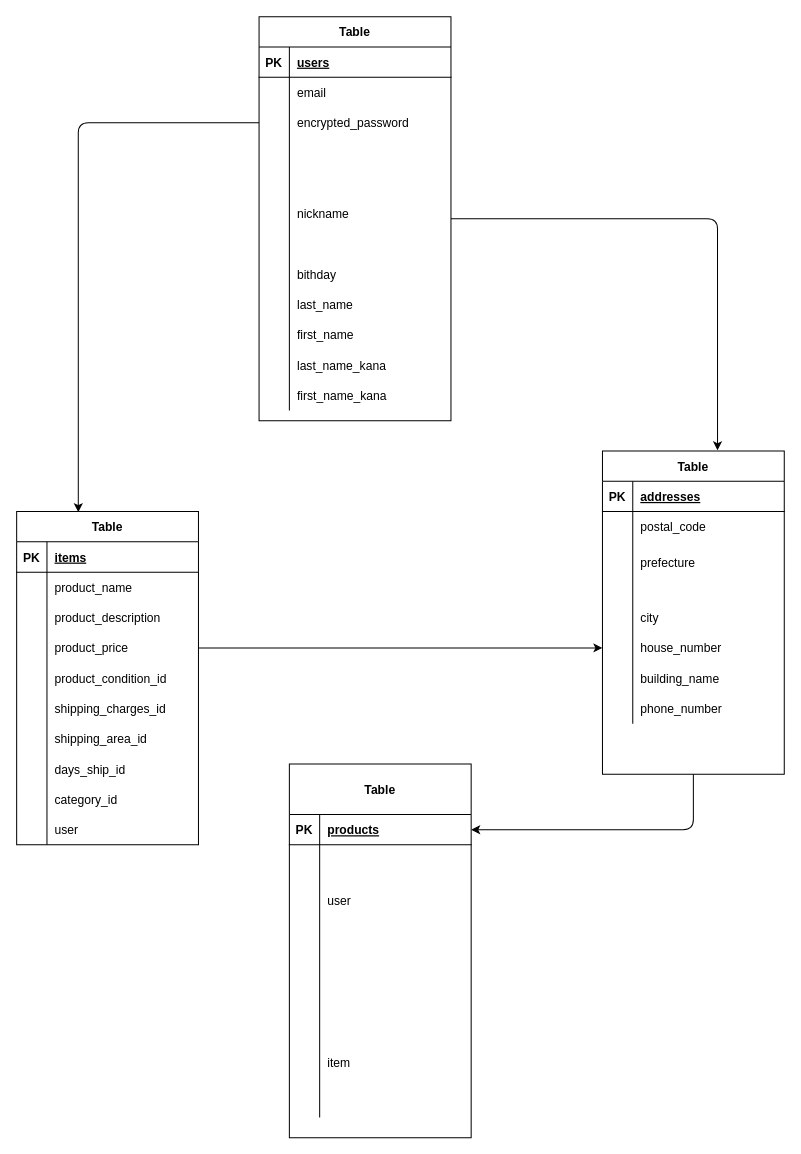
Earlier version of the draw.io diagram furima-35007.dio (Tatsuki5179/furima-35007). Source tidied: cells renumbered, new cells numbered last; positions are measured from the earlier drawing's top-left corner, leaving out a move shared by most shapes. Both pictures are drawn from the tidied source at 101%, with x=0, y=0 at pixel (16, 16).
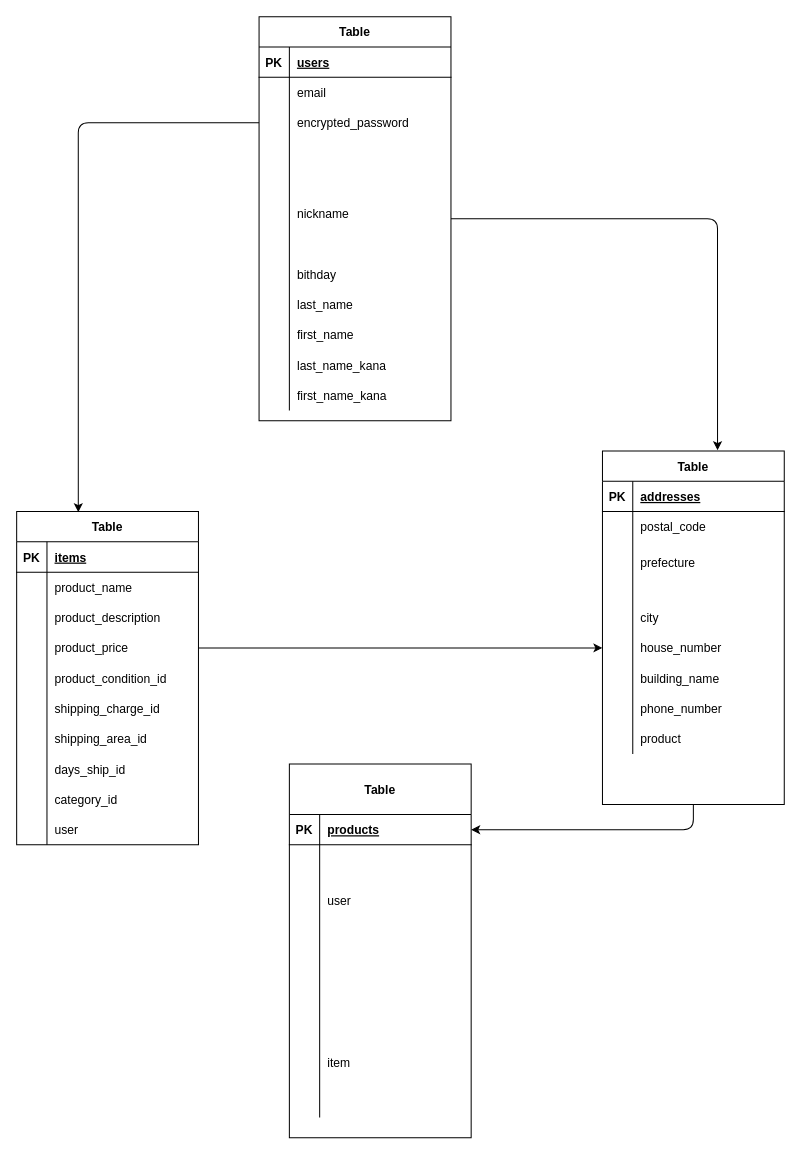
After the change.

The change refers to these unchanged cells:
```xml
<mxCell id="18" style="shape=partialRectangle;fillColor=none;top=0;left=0;bottom=0;right=0;" parent="2" vertex="1">
  <mxGeometry y="180" width="180" height="30" as="geometry" />
</mxCell>
```

What changed in the source:
```diff
@@
-    <mxCell id="20" value="shipping_charges_id" style="shape=partialRectangle;fillColor=none;top=0;left=0;bottom=0;right=0;align=left;spacingLeft=6;overflow=hidden;" parent="18" vertex="1">
+    <mxCell id="20" value="shipping_charge_id" style="shape=partialRectangle;fillColor=none;top=0;left=0;bottom=0;right=0;align=left;spacingLeft=6;overflow=hidden;" parent="18" vertex="1">
       <mxGeometry x="30" width="150" height="30" as="geometry" />
     </mxCell>
@@
     <mxCell id="34" value="Table" style="shape=table;startSize=30;childLayout=tableLayout;rowLines=0;fontStyle=1;align=center;rounded=0;sketch=0;" parent="1" vertex="1">
-      <mxGeometry x="580" y="430" width="180" height="320" as="geometry" />
+      <mxGeometry x="580" y="430" width="180" height="350" as="geometry" />
     </mxCell>
@@
+    <mxCell id="115" style="shape=partialRectangle;fillColor=none;top=0;left=0;bottom=0;right=0;" parent="34" vertex="1">
+      <mxGeometry y="270" width="180" height="30" as="geometry" />
+    </mxCell>
+    <mxCell id="116" style="shape=partialRectangle;fillColor=none;top=0;left=0;bottom=0;right=0;overflow=hidden;" parent="115" vertex="1">
+      <mxGeometry width="30" height="30" as="geometry" />
+    </mxCell>
+    <mxCell id="117" value="product" style="shape=partialRectangle;fillColor=none;top=0;left=0;bottom=0;right=0;align=left;spacingLeft=6;overflow=hidden;" parent="115" vertex="1">
+      <mxGeometry x="30" width="150" height="30" as="geometry" />
+    </mxCell>
```
